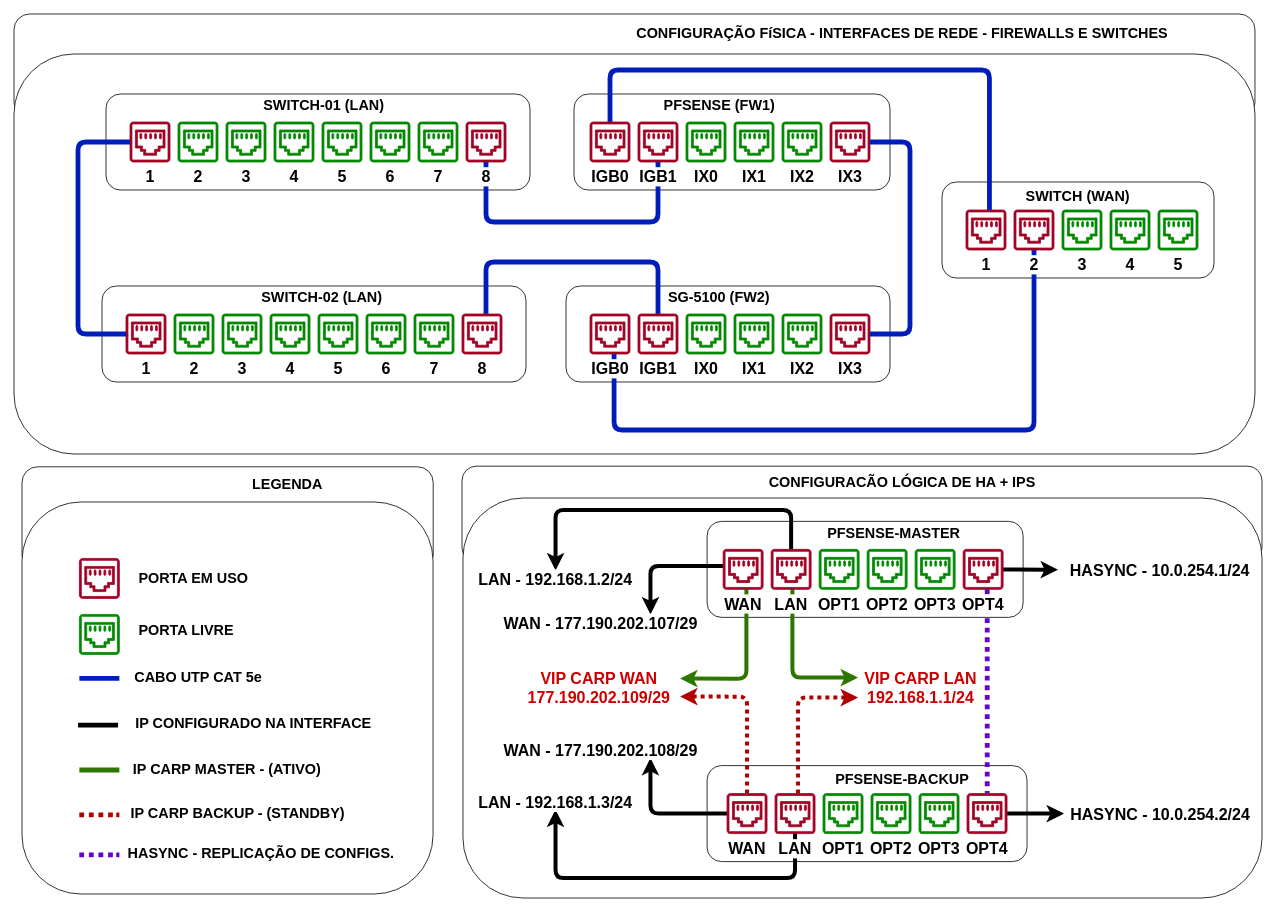
Above: Diagrama sem nome.drawio in Igorgoncalvess/TEST (draw.io), before the change. Source tidied: cells renumbered, new cells numbered last; positions are measured from the earlier drawing's top-left corner, leaving out a move shared by most shapes. Both pictures are drawn from the tidied source at 80%, with x=0, y=0 at pixel (14, 14).
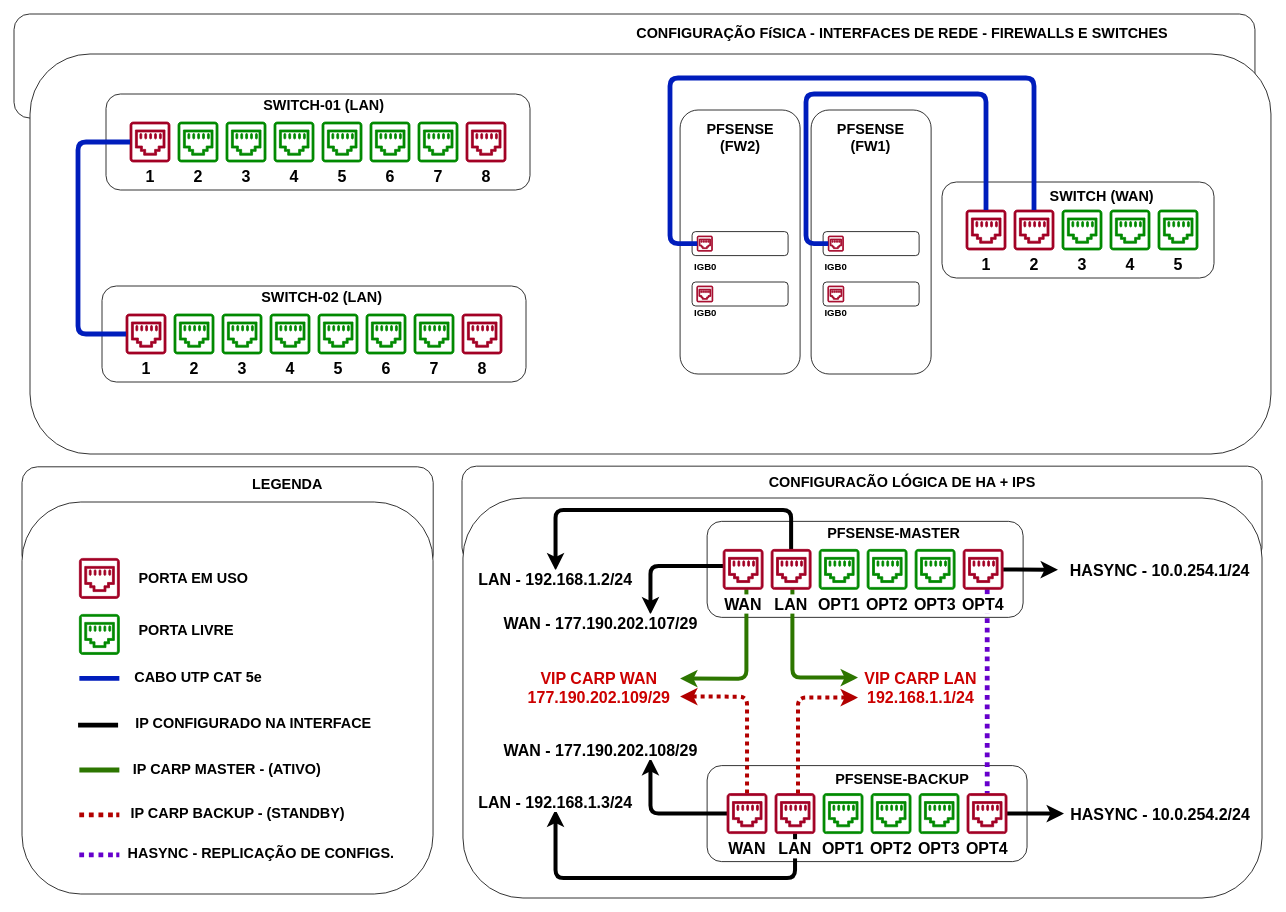
After the change.

Unchanged cells that the change refers to:
```xml
<mxCell id="46" value="1" style="shadow=0;dashed=0;html=1;strokeColor=#A20025;fillColor=#a20025;labelPosition=center;verticalLabelPosition=bottom;verticalAlign=top;align=center;outlineConnect=0;shape=mxgraph.vvd.ethernet_port;fontColor=#000000;fontStyle=1;fontSize=20;labelBackgroundColor=#FFFFFF;" parent="1" vertex="1">
  <mxGeometry x="1190" y="245" width="50" height="50" as="geometry" />
</mxCell>
<mxCell id="101" value="8" style="shadow=0;dashed=0;html=1;strokeColor=#A20025;fillColor=#a20025;labelPosition=center;verticalLabelPosition=bottom;verticalAlign=top;align=center;outlineConnect=0;shape=mxgraph.vvd.ethernet_port;fontStyle=1;fontColor=#000000;fontSize=20;labelBackgroundColor=#FFFFFF;" parent="1" vertex="1">
  <mxGeometry x="560" y="375" width="50" height="50" as="geometry" />
</mxCell>
<mxCell id="102" value="8" style="shadow=0;dashed=0;html=1;strokeColor=#A20025;fillColor=#a20025;labelPosition=center;verticalLabelPosition=bottom;verticalAlign=top;align=center;outlineConnect=0;shape=mxgraph.vvd.ethernet_port;fontStyle=1;fontColor=#000000;fontSize=20;labelBackgroundColor=#FFFFFF;" parent="1" vertex="1">
  <mxGeometry x="565" y="135" width="50" height="50" as="geometry" />
</mxCell>
<mxCell id="108" value="2" style="shadow=0;dashed=0;html=1;strokeColor=#A20025;fillColor=#a20025;labelPosition=center;verticalLabelPosition=bottom;verticalAlign=top;align=center;outlineConnect=0;shape=mxgraph.vvd.ethernet_port;fontColor=#000000;fontStyle=1;fontSize=20;labelBackgroundColor=#FFFFFF;" parent="1" vertex="1">
  <mxGeometry x="1250" y="245" width="50" height="50" as="geometry" />
</mxCell>
```

The edit, as a diff of the source:
```diff
@@
     <mxCell id="3" style="rounded=1;whiteSpace=wrap;html=1;labelBackgroundColor=#ffffff;fillColor=#ffffff;gradientColor=#ffffff;fontSize=20;fontColor=#000000;" parent="1" vertex="1">
-      <mxGeometry y="50" width="1551.2" height="500" as="geometry" />
+      <mxGeometry x="20" y="50" width="1551.2" height="500" as="geometry" />
     </mxCell>
@@
-    <mxCell id="29" style="rounded=1;whiteSpace=wrap;html=1;fontStyle=1;labelBackgroundColor=#FFFFFF;fontColor=#000000;" parent="1" vertex="1">
-      <mxGeometry x="700" y="100" width="395" height="120" as="geometry" />
-    </mxCell>
-    <mxCell id="30" value="IX0" style="shadow=0;dashed=0;html=1;strokeColor=#008A00;fillColor=#008a00;labelPosition=center;verticalLabelPosition=bottom;verticalAlign=top;align=center;shape=mxgraph.vvd.ethernet_port;fontStyle=1;fontColor=#000000;fontSize=20;labelBackgroundColor=#FFFFFF;" parent="1" vertex="1">
-      <mxGeometry x="840" y="135" width="50" height="50" as="geometry" />
-    </mxCell>
-    <mxCell id="31" value="IX1" style="shadow=0;dashed=0;html=1;strokeColor=#008A00;fillColor=#008a00;labelPosition=center;verticalLabelPosition=bottom;verticalAlign=top;align=center;shape=mxgraph.vvd.ethernet_port;fontColor=#000000;fontStyle=1;fontSize=20;labelBackgroundColor=#FFFFFF;" parent="1" vertex="1">
-      <mxGeometry x="900" y="135" width="50" height="50" as="geometry" />
-    </mxCell>
-    <mxCell id="32" value="IX2" style="shadow=0;dashed=0;html=1;strokeColor=#008A00;fillColor=#008A00;labelPosition=center;verticalLabelPosition=bottom;verticalAlign=top;align=center;shape=mxgraph.vvd.ethernet_port;fontColor=#000000;fontStyle=1;fontSize=20;labelBackgroundColor=#FFFFFF;" parent="1" vertex="1">
-      <mxGeometry x="960" y="135" width="50" height="50" as="geometry" />
-    </mxCell>
-    <mxCell id="33" value="IX3" style="shadow=0;dashed=0;html=1;strokeColor=#A20025;fillColor=#a20025;labelPosition=center;verticalLabelPosition=bottom;verticalAlign=top;align=center;outlineConnect=0;shape=mxgraph.vvd.ethernet_port;fontStyle=1;fontColor=#000000;fontSize=20;labelBackgroundColor=#FFFFFF;" parent="1" vertex="1">
-      <mxGeometry x="1020" y="135" width="50" height="50" as="geometry" />
-    </mxCell>
-    <mxCell id="34" value="PFSENSE (FW1)" style="text;html=1;strokeColor=none;fillColor=none;align=center;verticalAlign=middle;whiteSpace=wrap;rounded=0;fontStyle=1;fontSize=18;labelBackgroundColor=#FFFFFF;fontColor=#000000;" parent="1" vertex="1">
-      <mxGeometry x="786.5" y="105" width="190" height="20" as="geometry" />
-    </mxCell>
-    <mxCell id="35" style="rounded=1;whiteSpace=wrap;html=1;fontStyle=1;labelBackgroundColor=#FFFFFF;fontColor=#000000;" parent="1" vertex="1">
-      <mxGeometry x="690" y="340" width="405" height="120" as="geometry" />
-    </mxCell>
-    <mxCell id="36" style="edgeStyle=orthogonalEdgeStyle;jettySize=auto;html=1;endArrow=none;endFill=0;strokeWidth=6;fontSize=18;fillColor=#0050ef;strokeColor=#001DBC;fontStyle=1;labelBackgroundColor=#FFFFFF;fontColor=#000000;rounded=1;" parent="1" edge="1" source="37" target="101">
-      <mxGeometry relative="1" as="geometry">
-        <Array as="points">
-          <mxPoint x="805" y="310" />
-          <mxPoint x="590" y="310" />
-        </Array>
-      </mxGeometry>
-    </mxCell>
-    <mxCell id="37" value="IGB1" style="shadow=0;dashed=0;html=1;strokeColor=#A20025;fillColor=#A20025;labelPosition=center;verticalLabelPosition=bottom;verticalAlign=top;align=center;outlineConnect=0;shape=mxgraph.vvd.ethernet_port;fontStyle=1;fontColor=#000000;fontSize=20;labelBackgroundColor=#FFFFFF;" parent="1" vertex="1">
-      <mxGeometry x="780" y="375" width="50" height="50" as="geometry" />
-    </mxCell>
-    <mxCell id="38" value="IX0" style="shadow=0;dashed=0;html=1;strokeColor=#008A00;fillColor=#008a00;labelPosition=center;verticalLabelPosition=bottom;verticalAlign=top;align=center;shape=mxgraph.vvd.ethernet_port;fontStyle=1;fontColor=#000000;fontSize=20;labelBackgroundColor=#FFFFFF;" parent="1" vertex="1">
-      <mxGeometry x="840" y="375" width="50" height="50" as="geometry" />
-    </mxCell>
-    <mxCell id="39" value="IX1" style="shadow=0;dashed=0;html=1;strokeColor=#008A00;fillColor=#008a00;labelPosition=center;verticalLabelPosition=bottom;verticalAlign=top;align=center;shape=mxgraph.vvd.ethernet_port;fontColor=#000000;fontStyle=1;fontSize=20;labelBackgroundColor=#FFFFFF;" parent="1" vertex="1">
-      <mxGeometry x="900" y="375" width="50" height="50" as="geometry" />
-    </mxCell>
-    <mxCell id="40" value="IX2" style="shadow=0;dashed=0;html=1;strokeColor=#008A00;fillColor=#008A00;labelPosition=center;verticalLabelPosition=bottom;verticalAlign=top;align=center;shape=mxgraph.vvd.ethernet_port;fontColor=#000000;fontStyle=1;fontSize=20;labelBackgroundColor=#FFFFFF;" parent="1" vertex="1">
-      <mxGeometry x="960" y="375" width="50" height="50" as="geometry" />
-    </mxCell>
-    <mxCell id="41" value="IX3" style="shadow=0;dashed=0;html=1;strokeColor=#A20025;fillColor=#a20025;labelPosition=center;verticalLabelPosition=bottom;verticalAlign=top;align=center;outlineConnect=0;shape=mxgraph.vvd.ethernet_port;fontStyle=1;fontColor=#000000;fontSize=20;labelBackgroundColor=#FFFFFF;" parent="1" vertex="1">
-      <mxGeometry x="1020" y="375" width="50" height="50" as="geometry" />
-    </mxCell>
-    <mxCell id="42" value="SG-5100 (FW2)" style="text;html=1;strokeColor=none;fillColor=none;align=center;verticalAlign=middle;whiteSpace=wrap;rounded=0;fontStyle=1;fontSize=18;labelBackgroundColor=#FFFFFF;fontColor=#000000;" parent="1" vertex="1">
-      <mxGeometry x="790" y="345" width="183" height="20" as="geometry" />
-    </mxCell>
@@
-    <mxCell id="44" style="edgeStyle=orthogonalEdgeStyle;jettySize=auto;html=1;endArrow=none;endFill=0;strokeWidth=6;fontSize=18;fillColor=#0050ef;strokeColor=#001DBC;fontStyle=1;labelBackgroundColor=#FFFFFF;fontColor=#000000;rounded=1;" parent="1" edge="1" source="33" target="41">
-      <mxGeometry relative="1" as="geometry">
-        <Array as="points">
-          <mxPoint x="1120" y="160" />
-          <mxPoint x="1120" y="400" />
-        </Array>
-      </mxGeometry>
-    </mxCell>
@@
-    <mxCell id="50" value="SWITCH (WAN)" style="text;html=1;strokeColor=none;fillColor=none;align=center;verticalAlign=middle;whiteSpace=wrap;rounded=0;fontStyle=1;fontSize=18;labelBackgroundColor=#FFFFFF;fontColor=#000000;" parent="1" vertex="1">
-      <mxGeometry x="1260" y="218" width="140" height="20" as="geometry" />
-    </mxCell>
-    <mxCell id="51" style="edgeStyle=orthogonalEdgeStyle;orthogonalLoop=1;jettySize=auto;html=1;endArrow=none;endFill=0;strokeWidth=6;fontSize=18;fillColor=#0050ef;strokeColor=#001DBC;fontStyle=1;labelBackgroundColor=#FFFFFF;fontColor=#000000;rounded=1;" parent="1" edge="1">
-      <mxGeometry relative="1" as="geometry">
-        <mxPoint x="750.1" y="425" as="sourcePoint" />
-        <mxPoint x="1275" y="295" as="targetPoint" />
-        <Array as="points">
-          <mxPoint x="750" y="520" />
-          <mxPoint x="1275" y="520" />
-        </Array>
-      </mxGeometry>
-    </mxCell>
-    <mxCell id="52" style="edgeStyle=orthogonalEdgeStyle;jettySize=auto;html=1;endArrow=none;endFill=0;strokeWidth=6;fontSize=18;fillColor=#0050ef;strokeColor=#001DBC;fontStyle=1;labelBackgroundColor=#FFFFFF;fontColor=#000000;rounded=1;" parent="1" edge="1" source="103">
-      <mxGeometry relative="1" as="geometry">
-        <mxPoint x="1219.3" y="245" as="targetPoint" />
-        <Array as="points">
-          <mxPoint x="745" y="70" />
-          <mxPoint x="1219" y="70" />
-        </Array>
-      </mxGeometry>
-    </mxCell>
-    <mxCell id="53" style="edgeStyle=orthogonalEdgeStyle;jettySize=auto;html=1;endArrow=none;endFill=0;strokeWidth=6;fontSize=18;fillColor=#0050ef;strokeColor=#001DBC;fontStyle=1;labelBackgroundColor=#FFFFFF;fontColor=#000000;rounded=1;" parent="1" edge="1" source="102" target="104">
-      <mxGeometry relative="1" as="geometry">
-        <Array as="points">
-          <mxPoint x="590" y="260" />
-          <mxPoint x="805" y="260" />
-        </Array>
-      </mxGeometry>
-    </mxCell>
@@
-    <mxCell id="103" value="IGB0" style="shadow=0;dashed=0;html=1;strokeColor=#A20025;fillColor=#a20025;labelPosition=center;verticalLabelPosition=bottom;verticalAlign=top;align=center;outlineConnect=0;shape=mxgraph.vvd.ethernet_port;fontColor=#000000;fontStyle=1;fontSize=20;labelBackgroundColor=#FFFFFF;" parent="1" vertex="1">
-      <mxGeometry x="720" y="135" width="50" height="50" as="geometry" />
-    </mxCell>
-    <mxCell id="104" value="IGB1" style="shadow=0;dashed=0;html=1;strokeColor=#A20025;fillColor=#A20025;labelPosition=center;verticalLabelPosition=bottom;verticalAlign=top;align=center;outlineConnect=0;shape=mxgraph.vvd.ethernet_port;fontStyle=1;fontColor=#000000;fontSize=20;labelBackgroundColor=#FFFFFF;" parent="1" vertex="1">
-      <mxGeometry x="780" y="135" width="50" height="50" as="geometry" />
-    </mxCell>
-    <mxCell id="105" value="IGB0" style="shadow=0;dashed=0;html=1;strokeColor=#A20025;fillColor=#a20025;labelPosition=center;verticalLabelPosition=bottom;verticalAlign=top;align=center;shape=mxgraph.vvd.ethernet_port;fontColor=#000000;fontStyle=1;fontSize=20;labelBackgroundColor=#FFFFFF;" parent="1" vertex="1">
-      <mxGeometry x="720" y="375" width="50" height="50" as="geometry" />
-    </mxCell>
@@
+    <mxCell id="109" style="rounded=1;whiteSpace=wrap;html=1;fontStyle=1;labelBackgroundColor=#FFFFFF;fontColor=#000000;" parent="1" vertex="1">
+      <mxGeometry x="832.6" y="120" width="150" height="330" as="geometry" />
+    </mxCell>
+    <mxCell id="110" style="rounded=1;whiteSpace=wrap;html=1;fontStyle=1;labelBackgroundColor=#FFFFFF;fontColor=#000000;" parent="1" vertex="1">
+      <mxGeometry x="847.6" y="335" width="120" height="30" as="geometry" />
+    </mxCell>
+    <mxCell id="111" value="IGB0" style="shadow=0;dashed=0;html=1;strokeColor=#A20025;fillColor=#a20025;labelPosition=center;verticalLabelPosition=bottom;verticalAlign=top;align=center;shape=mxgraph.vvd.ethernet_port;fontColor=#000000;fontStyle=1;fontSize=12;labelBackgroundColor=#FFFFFF;" parent="1" vertex="1">
+      <mxGeometry x="853.5" y="340" width="20" height="20" as="geometry" />
+    </mxCell>
+    <mxCell id="112" style="rounded=1;whiteSpace=wrap;html=1;fontStyle=1;labelBackgroundColor=#FFFFFF;fontColor=#000000;" parent="1" vertex="1">
+      <mxGeometry x="847.6" y="272" width="120" height="30" as="geometry" />
+    </mxCell>
+    <mxCell id="113" value="&lt;p style=&quot;line-height: 0%; font-size: 12px;&quot;&gt;&lt;font style=&quot;font-size: 12px;&quot;&gt;IGB0&lt;/font&gt;&lt;/p&gt;" style="shadow=0;dashed=0;html=1;strokeColor=#A20025;fillColor=#a20025;labelPosition=center;verticalLabelPosition=bottom;verticalAlign=top;align=center;outlineConnect=0;shape=mxgraph.vvd.ethernet_port;fontColor=#000000;fontStyle=1;fontSize=12;labelBackgroundColor=#FFFFFF;" parent="1" vertex="1">
+      <mxGeometry x="854" y="277.5" width="19" height="19" as="geometry" />
+    </mxCell>
+    <mxCell id="114" value="PFSENSE (FW2)" style="text;html=1;strokeColor=none;fillColor=none;align=center;verticalAlign=middle;whiteSpace=wrap;rounded=0;fontStyle=1;fontSize=18;labelBackgroundColor=#FFFFFF;fontColor=#000000;" parent="1" vertex="1">
+      <mxGeometry x="842.5" y="145" width="130" height="20" as="geometry" />
+    </mxCell>
+    <mxCell id="115" style="group;" parent="1" vertex="1">
+      <mxGeometry x="996.4" y="120" width="150" height="330" as="geometry" />
+    </mxCell>
+    <mxCell id="116" style="rounded=1;whiteSpace=wrap;html=1;fontStyle=1;labelBackgroundColor=#FFFFFF;fontColor=#000000;" parent="115" vertex="1">
+      <mxGeometry width="150" height="330" as="geometry" />
+    </mxCell>
+    <mxCell id="117" style="rounded=1;whiteSpace=wrap;html=1;fontStyle=1;labelBackgroundColor=#FFFFFF;fontColor=#000000;" parent="115" vertex="1">
+      <mxGeometry x="15" y="215" width="120" height="30" as="geometry" />
+    </mxCell>
+    <mxCell id="103" value="IGB0" style="shadow=0;dashed=0;html=1;strokeColor=#A20025;fillColor=#a20025;labelPosition=center;verticalLabelPosition=bottom;verticalAlign=top;align=center;outlineConnect=0;shape=mxgraph.vvd.ethernet_port;fontColor=#000000;fontStyle=1;fontSize=12;labelBackgroundColor=#FFFFFF;" parent="115" vertex="1">
+      <mxGeometry x="20.9" y="220" width="20" height="20" as="geometry" />
+    </mxCell>
+    <mxCell id="118" style="rounded=1;whiteSpace=wrap;html=1;fontStyle=1;labelBackgroundColor=#FFFFFF;fontColor=#000000;" parent="115" vertex="1">
+      <mxGeometry x="15" y="152" width="120" height="30" as="geometry" />
+    </mxCell>
+    <mxCell id="119" value="&lt;p style=&quot;line-height: 0%; font-size: 12px;&quot;&gt;&lt;font style=&quot;font-size: 12px;&quot;&gt;IGB0&lt;/font&gt;&lt;/p&gt;" style="shadow=0;dashed=0;html=1;strokeColor=#A20025;fillColor=#a20025;labelPosition=center;verticalLabelPosition=bottom;verticalAlign=top;align=center;outlineConnect=0;shape=mxgraph.vvd.ethernet_port;fontColor=#000000;fontStyle=1;fontSize=12;labelBackgroundColor=#FFFFFF;" parent="115" vertex="1">
+      <mxGeometry x="21.4" y="157.5" width="19" height="19" as="geometry" />
+    </mxCell>
+    <mxCell id="34" value="PFSENSE (FW1)" style="text;html=1;strokeColor=none;fillColor=none;align=center;verticalAlign=middle;whiteSpace=wrap;rounded=0;fontStyle=1;fontSize=18;labelBackgroundColor=#FFFFFF;fontColor=#000000;" parent="115" vertex="1">
+      <mxGeometry x="10" y="25" width="130" height="20" as="geometry" />
+    </mxCell>
+    <mxCell id="36" style="edgeStyle=orthogonalEdgeStyle;jettySize=auto;html=1;endArrow=none;endFill=0;strokeWidth=6;fontSize=18;fillColor=#0050ef;strokeColor=#001DBC;fontStyle=1;labelBackgroundColor=#FFFFFF;fontColor=#000000;rounded=1;" parent="1" edge="1" source="46" target="119">
+      <mxGeometry relative="1" as="geometry">
+        <Array as="points">
+          <mxPoint x="1215" y="100" />
+          <mxPoint x="990" y="100" />
+          <mxPoint x="990" y="287" />
+        </Array>
+      </mxGeometry>
+    </mxCell>
+    <mxCell id="120" style="edgeStyle=orthogonalEdgeStyle;jettySize=auto;html=1;endArrow=none;endFill=0;strokeWidth=6;fontSize=18;fillColor=#0050ef;strokeColor=#001DBC;fontStyle=1;labelBackgroundColor=#FFFFFF;fontColor=#000000;rounded=1;" parent="1" edge="1" source="108" target="113">
+      <mxGeometry relative="1" as="geometry">
+        <Array as="points">
+          <mxPoint x="1275" y="80" />
+          <mxPoint x="820" y="80" />
+          <mxPoint x="820" y="287" />
+        </Array>
+      </mxGeometry>
+    </mxCell>
+    <mxCell id="50" value="SWITCH (WAN)" style="text;html=1;strokeColor=none;fillColor=none;align=center;verticalAlign=middle;whiteSpace=wrap;rounded=0;fontStyle=1;fontSize=18;labelBackgroundColor=#FFFFFF;fontColor=#000000;" parent="1" vertex="1">
+      <mxGeometry x="1290" y="218" width="140" height="20" as="geometry" />
+    </mxCell>
```
